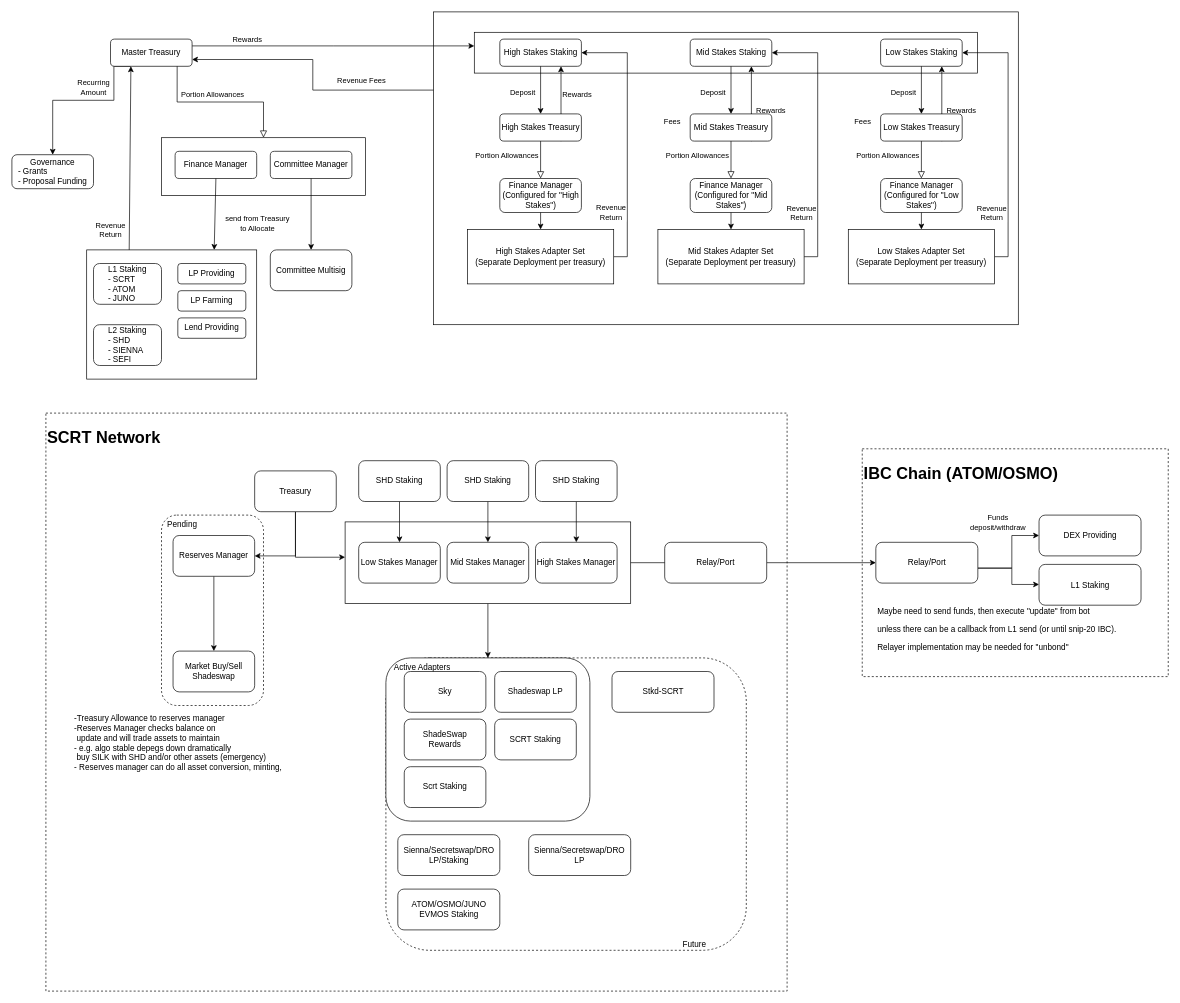
Earlier version of the draw.io diagram dao.drawio (securesecrets/shade). Source tidied: cells renumbered, new cells numbered last; positions are measured from the earlier drawing's top-left corner, leaving out a move shared by most shapes. Both pictures are drawn from the tidied source at 68%, with x=0, y=0 at pixel (12, 12).
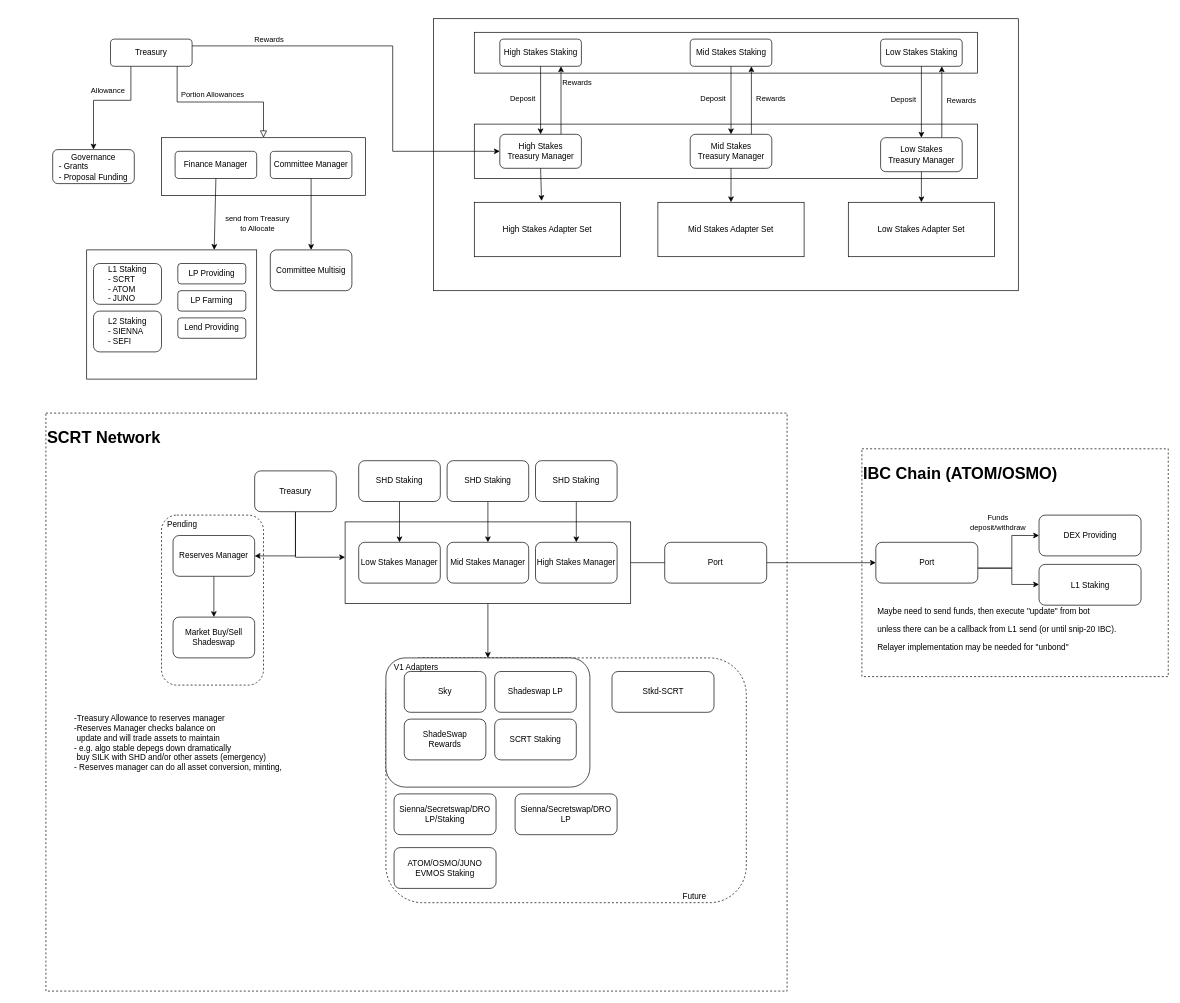
Above is the later version.

The change refers to these unchanged cells:
```xml
<mxCell id="27" style="rounded=0;whiteSpace=wrap;html=1;align=left;" parent="1" vertex="1">
  <mxGeometry x="110" y="350" width="250" height="190" as="geometry" />
</mxCell>
<mxCell id="45" value="High Stakes Staking" style="rounded=1;whiteSpace=wrap;html=1;fontSize=12;glass=0;strokeWidth=1;shadow=0;" parent="1" vertex="1">
  <mxGeometry x="717.5" y="40" width="120" height="40" as="geometry" />
</mxCell>
<mxCell id="61" value="Mid Stakes Staking" style="rounded=1;whiteSpace=wrap;html=1;fontSize=12;glass=0;strokeWidth=1;shadow=0;" parent="1" vertex="1">
  <mxGeometry x="997.5" y="40" width="120" height="40" as="geometry" />
</mxCell>
<mxCell id="75" value="Low Stakes Staking" style="rounded=1;whiteSpace=wrap;html=1;fontSize=12;glass=0;strokeWidth=1;shadow=0;" parent="1" vertex="1">
  <mxGeometry x="1277.5" y="40" width="120" height="40" as="geometry" />
</mxCell>
```

What changed in the source:
```diff
@@
+    <mxCell id="10" style="rounded=0;whiteSpace=wrap;html=1;" parent="1" vertex="1">
+      <mxGeometry x="620" y="10" width="860" height="400" as="geometry" />
+    </mxCell>
+    <mxCell id="113" style="rounded=0;whiteSpace=wrap;html=1;" parent="1" vertex="1">
+      <mxGeometry x="680" y="165" width="740" height="80" as="geometry" />
+    </mxCell>
     <mxCell id="2" value="&lt;h1&gt;IBC Chain (ATOM/OSMO)&lt;/h1&gt;" style="rounded=0;whiteSpace=wrap;html=1;dashed=1;align=left;verticalAlign=top;" parent="1" vertex="1">
-      <mxGeometry x="1250.5" y="642.5" width="450" height="335" as="geometry" />
+      <mxGeometry x="1250" y="642.5" width="450.5" height="335" as="geometry" />
     </mxCell>
@@
     <mxCell id="4" value="&amp;nbsp; Pending" style="rounded=1;whiteSpace=wrap;html=1;dashed=1;align=left;verticalAlign=top;" parent="1" vertex="1">
-      <mxGeometry x="220" y="740" width="150" height="280" as="geometry" />
+      <mxGeometry x="220" y="740" width="150" height="250" as="geometry" />
     </mxCell>
@@
     <mxCell id="8" value="Future&amp;nbsp; &amp;nbsp; &amp;nbsp; &amp;nbsp; &amp;nbsp; &amp;nbsp; &amp;nbsp; &amp;nbsp; &amp;nbsp;" style="rounded=1;whiteSpace=wrap;html=1;dashed=1;align=right;verticalAlign=bottom;" parent="1" vertex="1">
-      <mxGeometry x="550" y="950" width="530" height="430" as="geometry" />
+      <mxGeometry x="550" y="950" width="530" height="360" as="geometry" />
     </mxCell>
-    <mxCell id="9" value="&amp;nbsp; &amp;nbsp;Active Adapters" style="rounded=1;whiteSpace=wrap;html=1;align=left;verticalAlign=top;" parent="1" vertex="1">
-      <mxGeometry x="550" y="950" width="300" height="240" as="geometry" />
+    <mxCell id="9" value="&amp;nbsp; &amp;nbsp;V1 Adapters" style="rounded=1;whiteSpace=wrap;html=1;align=left;verticalAlign=top;" parent="1" vertex="1">
+      <mxGeometry x="550" y="950" width="300" height="190" as="geometry" />
     </mxCell>
-    <mxCell id="10" style="rounded=0;whiteSpace=wrap;html=1;" parent="1" vertex="1">
-      <mxGeometry x="620" width="860" height="460" as="geometry" />
-    </mxCell>
@@
-    <mxCell id="12" style="edgeStyle=orthogonalEdgeStyle;rounded=0;jettySize=auto;html=1;exitX=0;exitY=0.25;exitDx=0;exitDy=0;entryX=1;entryY=0.75;entryDx=0;entryDy=0;" parent="1" edge="1" source="10" target="21">
-      <mxGeometry relative="1" as="geometry" />
-    </mxCell>
-    <mxCell id="13" value="Revenue Fees" style="edgeLabel;html=1;align=center;verticalAlign=middle;" parent="12" vertex="1">
-      <mxGeometry x="-0.49" y="-1" relative="1" as="geometry">
-        <mxPoint x="-5" y="-14" as="offset" />
-      </mxGeometry>
-    </mxCell>
@@
-    <mxCell id="17" style="edgeStyle=orthogonalEdgeStyle;rounded=0;jettySize=auto;html=1;exitX=0.25;exitY=1;exitDx=0;exitDy=0;entryX=0.5;entryY=0;entryDx=0;entryDy=0;" parent="1" edge="1" source="21" target="26">
-      <mxGeometry relative="1" as="geometry">
-        <Array as="points">
-          <mxPoint x="150" y="80" />
-          <mxPoint x="150" y="130" />
-          <mxPoint x="60" y="130" />
-        </Array>
-      </mxGeometry>
-    </mxCell>
-    <mxCell id="18" value="Recurring&lt;br&gt;Amount" style="edgeLabel;html=1;align=center;verticalAlign=middle;" parent="17" vertex="1">
-      <mxGeometry x="0.27" relative="1" as="geometry">
-        <mxPoint x="50" y="-20" as="offset" />
-      </mxGeometry>
-    </mxCell>
-    <mxCell id="19" style="edgeStyle=orthogonalEdgeStyle;rounded=0;jettySize=auto;html=1;exitX=1;exitY=0.25;exitDx=0;exitDy=0;" parent="1" edge="1" source="21">
+    <mxCell id="19" style="edgeStyle=orthogonalEdgeStyle;rounded=0;jettySize=auto;html=1;exitX=1;exitY=0.25;exitDx=0;exitDy=0;entryX=0;entryY=0.5;entryDx=0;entryDy=0;" parent="1" edge="1" source="21" target="40">
       <mxGeometry relative="1" as="geometry">
-        <mxPoint x="680" y="50" as="targetPoint" />
+        <Array as="points">
+          <mxPoint x="560" y="50" />
+          <mxPoint x="560" y="205" />
+        </Array>
       </mxGeometry>
     </mxCell>
@@
+    <mxCell id="17" style="edgeStyle=orthogonalEdgeStyle;rounded=0;jettySize=auto;html=1;entryX=0.5;entryY=0;entryDx=0;entryDy=0;exitX=0.25;exitY=1;exitDx=0;exitDy=0;" parent="1" edge="1" source="21" target="26">
+      <mxGeometry relative="1" as="geometry">
+        <Array as="points">
+          <mxPoint x="175" y="130" />
+          <mxPoint x="120" y="130" />
+        </Array>
+      </mxGeometry>
+    </mxCell>
+    <mxCell id="114" value="Allowance" style="edgeLabel;html=1;align=center;verticalAlign=middle;" parent="17" vertex="1">
+      <mxGeometry x="0.17" relative="1" as="geometry">
+        <mxPoint x="19" y="-15" as="offset" />
+      </mxGeometry>
+    </mxCell>
-    <mxCell id="21" value="Master Treasury" style="rounded=1;whiteSpace=wrap;html=1;fontSize=12;glass=0;strokeWidth=1;shadow=0;" parent="1" vertex="1">
+    <mxCell id="21" value="Treasury" style="rounded=1;whiteSpace=wrap;html=1;fontSize=12;glass=0;strokeWidth=1;shadow=0;" parent="1" vertex="1">
       <mxGeometry x="145" y="40" width="120" height="40" as="geometry" />
     </mxCell>
@@
     <mxCell id="26" value="Governance&lt;br&gt;&lt;div style=&quot;text-align: left&quot;&gt;&lt;span&gt;- Grants&lt;/span&gt;&lt;/div&gt;&lt;div style=&quot;text-align: left&quot;&gt;&lt;span&gt;- Proposal Funding&lt;/span&gt;&lt;/div&gt;" style="rounded=1;whiteSpace=wrap;html=1;fontSize=12;glass=0;strokeWidth=1;shadow=0;" parent="1" vertex="1">
-      <mxGeometry y="210" width="120" height="50" as="geometry" />
+      <mxGeometry x="60" y="202.5" width="120" height="50" as="geometry" />
     </mxCell>
@@
-    <mxCell id="31" value="L2 Staking&lt;br&gt;&lt;div style=&quot;text-align: left&quot;&gt;&lt;span&gt;- SHD&lt;/span&gt;&lt;/div&gt;&lt;div style=&quot;text-align: left&quot;&gt;&lt;span&gt;- SIENNA&lt;/span&gt;&lt;/div&gt;&lt;div style=&quot;text-align: left&quot;&gt;&lt;span&gt;- SEFI&lt;/span&gt;&lt;/div&gt;" style="rounded=1;whiteSpace=wrap;html=1;" parent="1" vertex="1">
-      <mxGeometry x="120" y="460" width="100" height="60" as="geometry" />
+    <mxCell id="31" value="L2 Staking&lt;br&gt;&lt;div style=&quot;text-align: left&quot;&gt;&lt;span&gt;- SIENNA&lt;/span&gt;&lt;/div&gt;&lt;div style=&quot;text-align: left&quot;&gt;&lt;span&gt;- SEFI&lt;/span&gt;&lt;/div&gt;" style="rounded=1;whiteSpace=wrap;html=1;" parent="1" vertex="1">
+      <mxGeometry x="120" y="440" width="100" height="60" as="geometry" />
     </mxCell>
@@
-    <mxCell id="35" style="rounded=0;html=1;jettySize=auto;fontSize=11;endArrow=block;endFill=0;endSize=8;strokeWidth=1;shadow=0;labelBackgroundColor=none;edgeStyle=orthogonalEdgeStyle;entryX=0.5;entryY=0;entryDx=0;entryDy=0;" parent="1" edge="1" source="39" target="40">
-      <mxGeometry relative="1" as="geometry" />
-    </mxCell>
-    <mxCell id="36" value="Portion Allowances" style="edgeLabel;html=1;align=center;verticalAlign=middle;" parent="35" vertex="1">
-      <mxGeometry x="0.2" relative="1" as="geometry">
-        <mxPoint x="-50" y="-13" as="offset" />
-      </mxGeometry>
-    </mxCell>
-    <mxCell id="37" style="edgeStyle=orthogonalEdgeStyle;rounded=0;jettySize=auto;html=1;exitX=0.75;exitY=0;exitDx=0;exitDy=0;entryX=0.75;entryY=1;entryDx=0;entryDy=0;" parent="1" edge="1" source="39" target="45">
-      <mxGeometry relative="1" as="geometry">
-        <Array as="points">
-          <mxPoint x="808" y="190" />
-        </Array>
-      </mxGeometry>
+    <mxCell id="37" style="edgeStyle=orthogonalEdgeStyle;rounded=0;jettySize=auto;html=1;exitX=0.75;exitY=0;exitDx=0;exitDy=0;entryX=0.75;entryY=1;entryDx=0;entryDy=0;" parent="1" edge="1" source="40" target="45">
+      <mxGeometry relative="1" as="geometry" />
     </mxCell>
@@
-    <mxCell id="39" value="High Stakes Treasury" style="rounded=1;whiteSpace=wrap;html=1;fontSize=12;glass=0;strokeWidth=1;shadow=0;" parent="1" vertex="1">
-      <mxGeometry x="717.5" y="150" width="120" height="40" as="geometry" />
-    </mxCell>
-    <mxCell id="40" value="Finance Manager&lt;br&gt;(Configured for &quot;High Stakes&quot;)" style="rounded=1;whiteSpace=wrap;html=1;fontSize=12;glass=0;strokeWidth=1;shadow=0;" parent="1" vertex="1">
-      <mxGeometry x="717.5" y="245" width="120" height="50" as="geometry" />
+    <mxCell id="40" value="High Stakes&lt;br&gt;Treasury Manager" style="rounded=1;whiteSpace=wrap;html=1;fontSize=12;glass=0;strokeWidth=1;shadow=0;" parent="1" vertex="1">
+      <mxGeometry x="717.5" y="180" width="120" height="50" as="geometry" />
     </mxCell>
-    <mxCell id="41" style="edgeStyle=orthogonalEdgeStyle;rounded=0;jettySize=auto;html=1;exitX=1;exitY=0.5;exitDx=0;exitDy=0;entryX=1;entryY=0.5;entryDx=0;entryDy=0;" parent="1" edge="1" source="43" target="45">
-      <mxGeometry relative="1" as="geometry" />
-    </mxCell>
-    <mxCell id="42" value="Revenue&lt;br&gt;Return" style="edgeLabel;html=1;align=center;verticalAlign=middle;" parent="41" vertex="1">
-      <mxGeometry x="0.01" y="-1" relative="1" as="geometry">
-        <mxPoint x="-26" y="110" as="offset" />
-      </mxGeometry>
-    </mxCell>
-    <mxCell id="43" value="High Stakes Adapter Set &lt;br&gt;(Separate Deployment per treasury)" style="rounded=0;whiteSpace=wrap;html=1;align=center;" parent="1" vertex="1">
-      <mxGeometry x="670" y="320" width="215" height="80" as="geometry" />
+    <mxCell id="43" value="High Stakes Adapter Set" style="rounded=0;whiteSpace=wrap;html=1;align=center;" parent="1" vertex="1">
+      <mxGeometry x="680" y="280" width="215" height="80" as="geometry" />
     </mxCell>
-    <mxCell id="44" style="endArrow=classic;html=1;rounded=0;entryX=0.5;entryY=0;entryDx=0;entryDy=0;exitX=0.5;exitY=1;exitDx=0;exitDy=0;" parent="1" edge="1" source="40" target="43">
+    <mxCell id="44" style="endArrow=classic;html=1;rounded=0;entryX=0.46;entryY=-0.025;entryDx=0;entryDy=0;exitX=0.5;exitY=1;exitDx=0;exitDy=0;entryPerimeter=0;" parent="1" edge="1" source="40" target="43">
       <mxGeometry relative="1" as="geometry" />
     </mxCell>
@@
-    <mxCell id="46" style="endArrow=classic;html=1;rounded=0;exitX=0.5;exitY=1;exitDx=0;exitDy=0;entryX=0.5;entryY=0;entryDx=0;entryDy=0;" parent="1" edge="1" source="45" target="39">
+    <mxCell id="46" style="endArrow=classic;html=1;rounded=0;exitX=0.5;exitY=1;exitDx=0;exitDy=0;entryX=0.5;entryY=0;entryDx=0;entryDy=0;" parent="1" edge="1" source="45" target="40">
       <mxGeometry relative="1" as="geometry" />
     </mxCell>
@@
-    <mxCell id="48" style="endArrow=classic;html=1;rounded=0;exitX=0.25;exitY=0;exitDx=0;exitDy=0;entryX=0.25;entryY=1;entryDx=0;entryDy=0;" parent="1" edge="1" source="27" target="21">
-      <mxGeometry relative="1" as="geometry" />
-    </mxCell>
-    <mxCell id="49" value="Revenue&lt;br&gt;Return" style="edgeLabel;html=1;align=center;verticalAlign=middle;" parent="48" vertex="1">
-      <mxGeometry x="-0.19" y="1" relative="1" as="geometry">
-        <mxPoint x="-28" y="80" as="offset" />
-      </mxGeometry>
-    </mxCell>
-    <mxCell id="50" style="rounded=0;html=1;jettySize=auto;fontSize=11;endArrow=block;endFill=0;endSize=8;strokeWidth=1;shadow=0;labelBackgroundColor=none;edgeStyle=orthogonalEdgeStyle;entryX=0.5;entryY=0;entryDx=0;entryDy=0;" parent="1" edge="1" source="55" target="56">
-      <mxGeometry relative="1" as="geometry" />
-    </mxCell>
-    <mxCell id="51" value="Portion Allowances" style="edgeLabel;html=1;align=center;verticalAlign=middle;" parent="50" vertex="1">
-      <mxGeometry x="0.2" relative="1" as="geometry">
-        <mxPoint x="-50" y="-13" as="offset" />
-      </mxGeometry>
-    </mxCell>
-    <mxCell id="52" style="edgeStyle=orthogonalEdgeStyle;rounded=0;jettySize=auto;html=1;exitX=0.75;exitY=0;exitDx=0;exitDy=0;entryX=0.75;entryY=1;entryDx=0;entryDy=0;" parent="1" edge="1" source="55" target="61">
-      <mxGeometry relative="1" as="geometry">
-        <Array as="points">
-          <mxPoint x="1088" y="190" />
-        </Array>
-      </mxGeometry>
+    <mxCell id="52" style="edgeStyle=orthogonalEdgeStyle;rounded=0;jettySize=auto;html=1;exitX=0.75;exitY=0;exitDx=0;exitDy=0;entryX=0.75;entryY=1;entryDx=0;entryDy=0;" parent="1" edge="1" source="56" target="61">
+      <mxGeometry relative="1" as="geometry" />
     </mxCell>
@@
-    <mxCell id="54" value="Fees" style="edgeLabel;html=1;align=center;verticalAlign=middle;" parent="1" vertex="1">
-      <mxGeometry x="970.5" y="160" as="geometry" />
-    </mxCell>
-    <mxCell id="55" value="Mid Stakes Treasury" style="rounded=1;whiteSpace=wrap;html=1;fontSize=12;glass=0;strokeWidth=1;shadow=0;" parent="1" vertex="1">
-      <mxGeometry x="997.5" y="150" width="120" height="40" as="geometry" />
-    </mxCell>
-    <mxCell id="56" value="Finance Manager&lt;br&gt;(Configured for &quot;Mid Stakes&quot;)" style="rounded=1;whiteSpace=wrap;html=1;fontSize=12;glass=0;strokeWidth=1;shadow=0;" parent="1" vertex="1">
-      <mxGeometry x="997.5" y="245" width="120" height="50" as="geometry" />
+    <mxCell id="56" value="Mid Stakes&lt;br&gt;Treasury Manager" style="rounded=1;whiteSpace=wrap;html=1;fontSize=12;glass=0;strokeWidth=1;shadow=0;" parent="1" vertex="1">
+      <mxGeometry x="997.5" y="180" width="120" height="50" as="geometry" />
     </mxCell>
-    <mxCell id="57" style="edgeStyle=orthogonalEdgeStyle;rounded=0;jettySize=auto;html=1;exitX=1;exitY=0.5;exitDx=0;exitDy=0;entryX=1;entryY=0.5;entryDx=0;entryDy=0;" parent="1" edge="1" source="59" target="61">
-      <mxGeometry relative="1" as="geometry" />
-    </mxCell>
-    <mxCell id="58" value="Revenue&lt;br&gt;Return" style="edgeLabel;html=1;align=center;verticalAlign=middle;" parent="57" vertex="1">
-      <mxGeometry x="-0.58" y="-4" relative="1" as="geometry">
-        <mxPoint x="-29" y="-4" as="offset" />
-      </mxGeometry>
-    </mxCell>
-    <mxCell id="59" value="Mid Stakes Adapter Set &lt;br&gt;(Separate Deployment per treasury)" style="rounded=0;whiteSpace=wrap;html=1;align=center;" parent="1" vertex="1">
-      <mxGeometry x="950" y="320" width="215" height="80" as="geometry" />
+    <mxCell id="59" value="Mid Stakes Adapter Set" style="rounded=0;whiteSpace=wrap;html=1;align=center;" parent="1" vertex="1">
+      <mxGeometry x="950" y="280" width="215" height="80" as="geometry" />
     </mxCell>
@@
-    <mxCell id="62" style="endArrow=classic;html=1;rounded=0;exitX=0.5;exitY=1;exitDx=0;exitDy=0;entryX=0.5;entryY=0;entryDx=0;entryDy=0;" parent="1" edge="1" source="61" target="55">
+    <mxCell id="62" style="endArrow=classic;html=1;rounded=0;exitX=0.5;exitY=1;exitDx=0;exitDy=0;entryX=0.5;entryY=0;entryDx=0;entryDy=0;" parent="1" edge="1" source="61" target="56">
       <mxGeometry relative="1" as="geometry" />
     </mxCell>
@@
-    <mxCell id="64" style="rounded=0;html=1;jettySize=auto;fontSize=11;endArrow=block;endFill=0;endSize=8;strokeWidth=1;shadow=0;labelBackgroundColor=none;edgeStyle=orthogonalEdgeStyle;entryX=0.5;entryY=0;entryDx=0;entryDy=0;" parent="1" edge="1" source="69" target="70">
-      <mxGeometry relative="1" as="geometry" />
-    </mxCell>
-    <mxCell id="65" value="Portion Allowances" style="edgeLabel;html=1;align=center;verticalAlign=middle;" parent="64" vertex="1">
-      <mxGeometry x="0.2" relative="1" as="geometry">
-        <mxPoint x="-50" y="-13" as="offset" />
-      </mxGeometry>
-    </mxCell>
-    <mxCell id="66" style="edgeStyle=orthogonalEdgeStyle;rounded=0;jettySize=auto;html=1;exitX=0.75;exitY=0;exitDx=0;exitDy=0;entryX=0.75;entryY=1;entryDx=0;entryDy=0;" parent="1" edge="1" source="69" target="75">
-      <mxGeometry relative="1" as="geometry">
-        <Array as="points">
-          <mxPoint x="1368" y="190" />
-        </Array>
-      </mxGeometry>
+    <mxCell id="66" style="edgeStyle=orthogonalEdgeStyle;rounded=0;jettySize=auto;html=1;exitX=0.75;exitY=0;exitDx=0;exitDy=0;entryX=0.75;entryY=1;entryDx=0;entryDy=0;" parent="1" edge="1" source="70" target="75">
+      <mxGeometry relative="1" as="geometry" />
     </mxCell>
@@
-    <mxCell id="68" value="Fees" style="edgeLabel;html=1;align=center;verticalAlign=middle;" parent="1" vertex="1">
-      <mxGeometry x="1250.5" y="160" as="geometry" />
-    </mxCell>
-    <mxCell id="69" value="Low Stakes Treasury" style="rounded=1;whiteSpace=wrap;html=1;fontSize=12;glass=0;strokeWidth=1;shadow=0;" parent="1" vertex="1">
-      <mxGeometry x="1277.5" y="150" width="120" height="40" as="geometry" />
-    </mxCell>
-    <mxCell id="70" value="Finance Manager&lt;br&gt;(Configured for &quot;Low Stakes&quot;)" style="rounded=1;whiteSpace=wrap;html=1;fontSize=12;glass=0;strokeWidth=1;shadow=0;" parent="1" vertex="1">
-      <mxGeometry x="1277.5" y="245" width="120" height="50" as="geometry" />
+    <mxCell id="70" value="Low Stakes&lt;br&gt;Treasury Manager" style="rounded=1;whiteSpace=wrap;html=1;fontSize=12;glass=0;strokeWidth=1;shadow=0;" parent="1" vertex="1">
+      <mxGeometry x="1277.5" y="185" width="120" height="50" as="geometry" />
     </mxCell>
-    <mxCell id="71" style="edgeStyle=orthogonalEdgeStyle;rounded=0;jettySize=auto;html=1;exitX=1;exitY=0.5;exitDx=0;exitDy=0;entryX=1;entryY=0.5;entryDx=0;entryDy=0;" parent="1" edge="1" source="73" target="75">
-      <mxGeometry relative="1" as="geometry" />
-    </mxCell>
-    <mxCell id="72" value="Revenue&lt;br&gt;Return" style="edgeLabel;html=1;align=center;verticalAlign=middle;" parent="71" vertex="1">
-      <mxGeometry x="-0.58" y="-4" relative="1" as="geometry">
-        <mxPoint x="-29" y="-4" as="offset" />
-      </mxGeometry>
-    </mxCell>
-    <mxCell id="73" value="Low Stakes Adapter Set &lt;br&gt;(Separate Deployment per treasury)" style="rounded=0;whiteSpace=wrap;html=1;align=center;" parent="1" vertex="1">
-      <mxGeometry x="1230" y="320" width="215" height="80" as="geometry" />
+    <mxCell id="73" value="Low Stakes Adapter Set" style="rounded=0;whiteSpace=wrap;html=1;align=center;" parent="1" vertex="1">
+      <mxGeometry x="1230" y="280" width="215" height="80" as="geometry" />
     </mxCell>
@@
-    <mxCell id="76" style="endArrow=classic;html=1;rounded=0;exitX=0.5;exitY=1;exitDx=0;exitDy=0;entryX=0.5;entryY=0;entryDx=0;entryDy=0;" parent="1" edge="1" source="75" target="69">
+    <mxCell id="76" style="endArrow=classic;html=1;rounded=0;exitX=0.5;exitY=1;exitDx=0;exitDy=0;" parent="1" edge="1" source="75" target="70">
       <mxGeometry relative="1" as="geometry" />
     </mxCell>
@@
     <mxCell id="91" value="Market Buy/Sell Shadeswap" style="rounded=1;whiteSpace=wrap;html=1;" parent="1" vertex="1">
-      <mxGeometry x="237" y="940" width="120" height="60" as="geometry" />
+      <mxGeometry x="237" y="890" width="120" height="60" as="geometry" />
     </mxCell>
@@
     <mxCell id="99" value="Sienna/Secretswap/DRO LP/Staking" style="rounded=1;whiteSpace=wrap;html=1;" parent="1" vertex="1">
-      <mxGeometry x="567.5" y="1210" width="150" height="60" as="geometry" />
+      <mxGeometry x="562" y="1150" width="150" height="60" as="geometry" />
     </mxCell>
     <mxCell id="100" value="ATOM/OSMO/JUNO&lt;br&gt;EVMOS Staking" style="rounded=1;whiteSpace=wrap;html=1;" parent="1" vertex="1">
-      <mxGeometry x="567.5" y="1290" width="150" height="60" as="geometry" />
+      <mxGeometry x="562" y="1229" width="150" height="60" as="geometry" />
     </mxCell>
     <mxCell id="101" value="Sienna/Secretswap/DRO LP" style="rounded=1;whiteSpace=wrap;html=1;" parent="1" vertex="1">
-      <mxGeometry x="760" y="1210" width="150" height="60" as="geometry" />
+      <mxGeometry x="740" y="1150" width="150" height="60" as="geometry" />
     </mxCell>
-    <mxCell id="102" value="Scrt Staking" style="rounded=1;whiteSpace=wrap;html=1;" parent="1" vertex="1">
-      <mxGeometry x="577" y="1110" width="120" height="60" as="geometry" />
-    </mxCell>
@@
-    <mxCell id="107" value="Relay/Port" style="rounded=1;whiteSpace=wrap;html=1;" parent="1" vertex="1">
+    <mxCell id="107" value="Port" style="rounded=1;whiteSpace=wrap;html=1;" parent="1" vertex="1">
       <mxGeometry x="1270.5" y="780" width="150" height="60" as="geometry" />
     </mxCell>
@@
-    <mxCell id="111" value="Relay/Port" style="rounded=1;whiteSpace=wrap;html=1;" parent="1" vertex="1">
+    <mxCell id="111" value="Port" style="rounded=1;whiteSpace=wrap;html=1;" parent="1" vertex="1">
       <mxGeometry x="960" y="780" width="150" height="60" as="geometry" />
     </mxCell>
```
